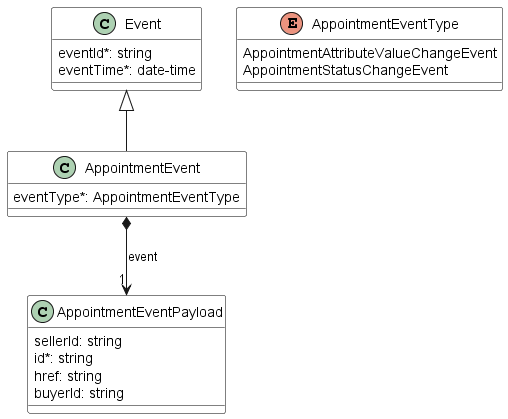
The PlantUML diagram documentation/productApi/workforce/media/useCase20NotificationModel.png in MEF-GIT/MEF-LSO-Sonata-SDK, before a commit.
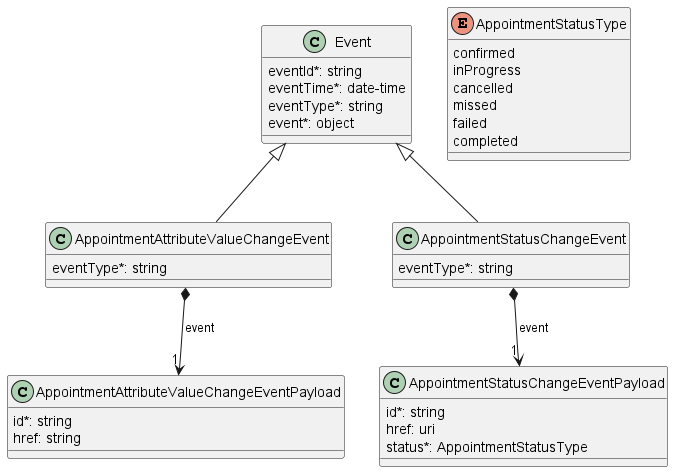
After the commit.

Diff of the diagram source:
```diff
@@ -1,38 +1,58 @@
 @startuml
-skinparam {
-    ClassBackgroundColor White
-    ClassBorderColor Black
-}
-
 
 
 class Event {
 
     eventId*: string
     eventTime*: date-time
+    eventType*: string
+    event*: object
 }
 
 
-class AppointmentEventPayload {
 
-    sellerId: string
+class AppointmentAttributeValueChangeEvent {
+
+    eventType*: string
+}
+Event <|-- AppointmentAttributeValueChangeEvent
+
+AppointmentAttributeValueChangeEvent *-->"1" AppointmentAttributeValueChangeEventPayload : event
+
+
+class AppointmentAttributeValueChangeEventPayload {
+
     id*: string
     href: string
-    buyerId: string
 }
 
-class AppointmentEvent {
-
-    eventType*: AppointmentEventType
-}
-Event <|-- AppointmentEvent
-
-AppointmentEvent *-->"1" AppointmentEventPayload : event
 
 
-enum AppointmentEventType {
+class AppointmentStatusChangeEvent {
 
-    AppointmentAttributeValueChangeEvent
-    AppointmentStatusChangeEvent
+    eventType*: string
+}
+Event <|-- AppointmentStatusChangeEvent
+
+AppointmentStatusChangeEvent *-->"1" AppointmentStatusChangeEventPayload : event
+
+
+class AppointmentStatusChangeEventPayload {
+
+    id*: string
+    href: uri
+    status*: AppointmentStatusType
+}
+
+
+
+enum AppointmentStatusType {
+
+    confirmed
+    inProgress
+    cancelled
+    missed
+    failed
+    completed
 }
 @enduml
```
